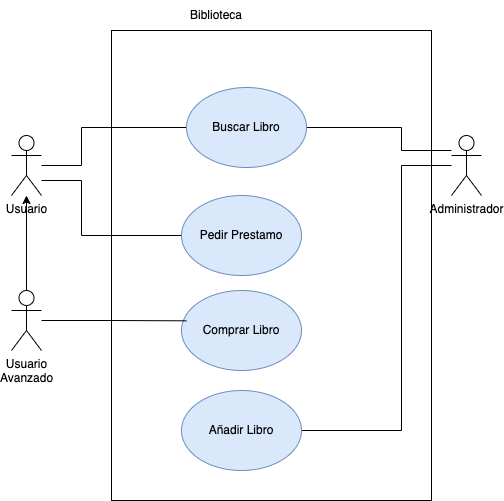
The draw.io diagram img/biblioteca.png in jpexposito/libro, before a commit. Source tidied: cells renumbered, new cells last; positions are measured from the earlier drawing's top-left corner, leaving out a move shared by most shapes.
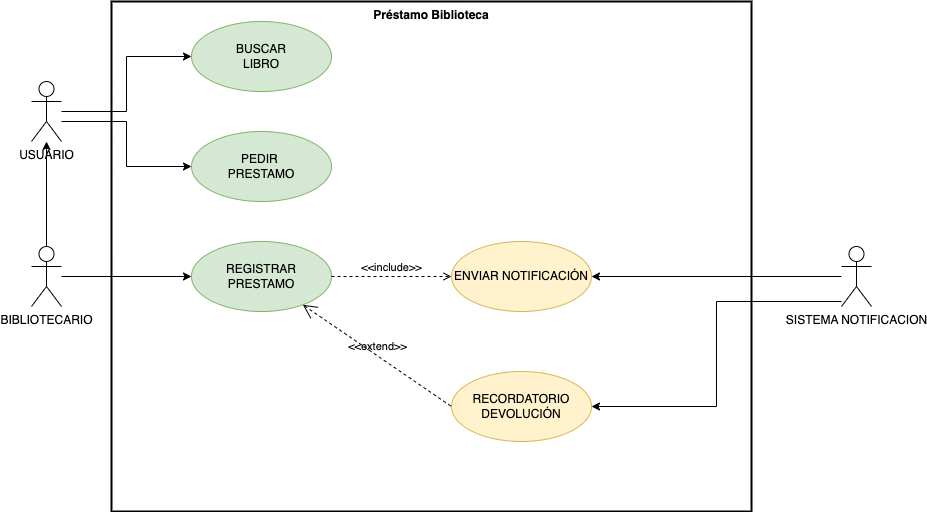
The same file after the commit.

Commit message:
Se sobreescribe el fichero

The edit, as a diff of the source:
```diff
@@ -2,73 +2,66 @@
   <root>
     <mxCell id="0" />
     <mxCell id="1" parent="0" />
-    <mxCell id="2" style="rounded=0;whiteSpace=wrap;html=1;" parent="1" vertex="1">
-      <mxGeometry x="100" y="30" width="320" height="470" as="geometry" />
-    </mxCell>
-    <mxCell id="3" style="edgeStyle=orthogonalEdgeStyle;rounded=0;jettySize=auto;html=1;endArrow=none;endFill=0;" parent="1" edge="1" source="5" target="10">
-      <mxGeometry relative="1" as="geometry">
-        <Array as="points">
-          <mxPoint x="70" y="165" />
-          <mxPoint x="70" y="127" />
-        </Array>
-      </mxGeometry>
-    </mxCell>
-    <mxCell id="4" style="edgeStyle=orthogonalEdgeStyle;rounded=0;jettySize=auto;html=1;endArrow=none;endFill=0;" parent="1" edge="1" source="5" target="11">
-      <mxGeometry relative="1" as="geometry">
-        <Array as="points">
-          <mxPoint x="70" y="180" />
-          <mxPoint x="70" y="235" />
-        </Array>
-      </mxGeometry>
-    </mxCell>
-    <mxCell id="5" value="Usuario" style="shape=umlActor;verticalLabelPosition=bottom;verticalAlign=top;html=1;outlineConnect=0;" parent="1" vertex="1">
-      <mxGeometry y="135" width="30" height="60" as="geometry" />
-    </mxCell>
-    <mxCell id="6" style="edgeStyle=orthogonalEdgeStyle;rounded=0;jettySize=auto;html=1;endArrow=none;endFill=0;" parent="1" edge="1" source="7" target="10">
-      <mxGeometry relative="1" as="geometry">
-        <Array as="points">
-          <mxPoint x="390" y="150" />
-          <mxPoint x="390" y="127" />
-        </Array>
-      </mxGeometry>
-    </mxCell>
-    <mxCell id="7" value="Administrador" style="shape=umlActor;verticalLabelPosition=bottom;verticalAlign=top;html=1;outlineConnect=0;" parent="1" vertex="1">
-      <mxGeometry x="440" y="135" width="30" height="60" as="geometry" />
-    </mxCell>
-    <mxCell id="8" style="group;" parent="1" vertex="1">
-      <mxGeometry x="120" width="260" height="320" as="geometry" />
-    </mxCell>
-    <mxCell id="9" value="Biblioteca" style="text;html=1;align=center;verticalAlign=middle;whiteSpace=wrap;rounded=0;" parent="8" vertex="1">
-      <mxGeometry x="55" width="60" height="30" as="geometry" />
-    </mxCell>
-    <mxCell id="10" value="Buscar Libro" style="ellipse;whiteSpace=wrap;html=1;fillColor=#dae8fc;strokeColor=#6c8ebf;" parent="8" vertex="1">
-      <mxGeometry x="55" y="87" width="120" height="80" as="geometry" />
-    </mxCell>
-    <mxCell id="11" value="Pedir Prestamo" style="ellipse;whiteSpace=wrap;html=1;fillColor=#dae8fc;strokeColor=#6c8ebf;" parent="1" vertex="1">
-      <mxGeometry x="170" y="195" width="120" height="80" as="geometry" />
-    </mxCell>
-    <mxCell id="12" value="Comprar Libro" style="ellipse;whiteSpace=wrap;html=1;fillColor=#dae8fc;strokeColor=#6c8ebf;" parent="1" vertex="1">
-      <mxGeometry x="170" y="290" width="120" height="80" as="geometry" />
-    </mxCell>
-    <mxCell id="13" style="edgeStyle=orthogonalEdgeStyle;rounded=0;jettySize=auto;html=1;endArrow=none;endFill=0;" parent="1" edge="1" source="7" target="14">
-      <mxGeometry relative="1" as="geometry">
-        <Array as="points">
-          <mxPoint x="390" y="165" />
-          <mxPoint x="390" y="430" />
-        </Array>
-      </mxGeometry>
-    </mxCell>
-    <mxCell id="14" value="Añadir Libro" style="ellipse;whiteSpace=wrap;html=1;fillColor=#dae8fc;strokeColor=#6c8ebf;" parent="1" vertex="1">
-      <mxGeometry x="170" y="390" width="120" height="80" as="geometry" />
-    </mxCell>
-    <mxCell id="15" style="edgeStyle=orthogonalEdgeStyle;rounded=0;jettySize=auto;html=1;" parent="1" edge="1" source="16" target="5">
-      <mxGeometry relative="1" as="geometry" />
-    </mxCell>
-    <mxCell id="16" value="Usuario&lt;div&gt;Avanzado&lt;/div&gt;" style="shape=umlActor;verticalLabelPosition=bottom;verticalAlign=top;html=1;outlineConnect=0;" parent="1" vertex="1">
-      <mxGeometry y="290" width="30" height="60" as="geometry" />
-    </mxCell>
-    <mxCell id="17" style="edgeStyle=orthogonalEdgeStyle;rounded=0;jettySize=auto;html=1;entryX=0.04;entryY=0.379;entryDx=0;entryDy=0;entryPerimeter=0;endArrow=none;endFill=0;" parent="1" edge="1" source="16" target="12">
-      <mxGeometry relative="1" as="geometry" />
-    </mxCell>
+    <mxCell id="18" value="Préstamo Biblioteca" style="shape=rect;html=1;verticalAlign=top;fontStyle=1;whiteSpace=wrap;align=center;fillColor=none;strokeWidth=2;" parent="1" vertex="1">
+      <mxGeometry x="50" y="-350" width="640" height="510" as="geometry" />
+    </mxCell>
+    <mxCell id="19" style="edgeStyle=orthogonalEdgeStyle;rounded=0;jettySize=auto;html=1;entryX=0;entryY=0.5;entryDx=0;entryDy=0;" parent="1" edge="1" source="21" target="22">
+      <mxGeometry relative="1" as="geometry" />
+    </mxCell>
+    <mxCell id="20" style="edgeStyle=orthogonalEdgeStyle;rounded=0;jettySize=auto;html=1;entryX=0;entryY=0.5;entryDx=0;entryDy=0;" parent="1" edge="1" source="21" target="25">
+      <mxGeometry relative="1" as="geometry">
+        <Array as="points">
+          <mxPoint x="65" y="-230" />
+          <mxPoint x="65" y="-185" />
+        </Array>
+      </mxGeometry>
+    </mxCell>
+    <mxCell id="21" value="USUARIO" style="shape=umlActor;html=1;verticalLabelPosition=bottom;verticalAlign=top;align=center;" parent="1" vertex="1">
+      <mxGeometry x="-30" y="-270" width="30" height="60" as="geometry" />
+    </mxCell>
+    <mxCell id="22" value="BUSCAR&lt;div&gt;LIBRO&lt;/div&gt;" style="ellipse;whiteSpace=wrap;html=1;fillColor=#d5e8d4;strokeColor=#82b366;" parent="1" vertex="1">
+      <mxGeometry x="130" y="-330" width="140" height="70" as="geometry" />
+    </mxCell>
+    <mxCell id="23" style="edgeStyle=orthogonalEdgeStyle;rounded=0;jettySize=auto;html=1;entryX=1;entryY=0.5;entryDx=0;entryDy=0;" parent="1" edge="1" source="24" target="27">
+      <mxGeometry relative="1" as="geometry" />
+    </mxCell>
+    <mxCell id="24" value="SISTEMA NOTIFICACION" style="shape=umlActor;html=1;verticalLabelPosition=bottom;verticalAlign=top;align=center;" parent="1" vertex="1">
+      <mxGeometry x="780" y="-105" width="30" height="60" as="geometry" />
+    </mxCell>
+    <mxCell id="25" value="PEDIR&amp;nbsp;&lt;div&gt;PRESTAMO&lt;/div&gt;" style="ellipse;whiteSpace=wrap;html=1;fillColor=#d5e8d4;strokeColor=#82b366;" parent="1" vertex="1">
+      <mxGeometry x="130" y="-220" width="140" height="70" as="geometry" />
+    </mxCell>
+    <mxCell id="26" value="REGISTRAR PRESTAMO" style="ellipse;whiteSpace=wrap;html=1;fillColor=#d5e8d4;strokeColor=#82b366;" parent="1" vertex="1">
+      <mxGeometry x="130" y="-110" width="140" height="70" as="geometry" />
+    </mxCell>
+    <mxCell id="27" value="ENVIAR NOTIFICACIÓN" style="ellipse;whiteSpace=wrap;html=1;fillColor=#fff2cc;strokeColor=#d6b656;" parent="1" vertex="1">
+      <mxGeometry x="390" y="-110" width="140" height="70" as="geometry" />
+    </mxCell>
+    <mxCell id="28" value="RECORDATORIO DEVOLUCIÓN" style="ellipse;whiteSpace=wrap;html=1;fillColor=#fff2cc;strokeColor=#d6b656;" parent="1" vertex="1">
+      <mxGeometry x="390" y="20" width="140" height="70" as="geometry" />
+    </mxCell>
+    <mxCell id="29" style="edgeStyle=orthogonalEdgeStyle;rounded=0;jettySize=auto;html=1;entryX=0;entryY=0.5;entryDx=0;entryDy=0;" parent="1" edge="1" source="31" target="26">
+      <mxGeometry relative="1" as="geometry" />
+    </mxCell>
+    <mxCell id="30" style="edgeStyle=orthogonalEdgeStyle;rounded=0;jettySize=auto;html=1;" parent="1" edge="1" source="31" target="21">
+      <mxGeometry relative="1" as="geometry" />
+    </mxCell>
+    <mxCell id="31" value="BIBLIOTECARIO" style="shape=umlActor;html=1;verticalLabelPosition=bottom;verticalAlign=top;align=center;" parent="1" vertex="1">
+      <mxGeometry x="-30" y="-105" width="30" height="60" as="geometry" />
+    </mxCell>
+    <mxCell id="32" value="&amp;lt;&amp;lt;include&amp;gt;&amp;gt;" style="edgeStyle=none;html=1;endArrow=open;verticalAlign=bottom;dashed=1;labelBackgroundColor=none;rounded=0;exitX=1;exitY=0.5;exitDx=0;exitDy=0;entryX=0;entryY=0.5;entryDx=0;entryDy=0;" parent="1" edge="1" source="26" target="27">
+      <mxGeometry relative="1" as="geometry" />
+    </mxCell>
+    <mxCell id="33" style="edgeStyle=orthogonalEdgeStyle;rounded=0;jettySize=auto;html=1;entryX=1;entryY=0.5;entryDx=0;entryDy=0;" parent="1" edge="1" source="24" target="28">
+      <mxGeometry relative="1" as="geometry">
+        <Array as="points">
+          <mxPoint x="655" y="-50" />
+          <mxPoint x="655" y="55" />
+        </Array>
+      </mxGeometry>
+    </mxCell>
+    <mxCell id="34" value="&amp;lt;&amp;lt;extend&amp;gt;&amp;gt;" style="edgeStyle=none;html=1;startArrow=open;endArrow=none;startSize=12;verticalAlign=bottom;dashed=1;labelBackgroundColor=none;rounded=0;entryX=0;entryY=0.5;entryDx=0;entryDy=0;" parent="1" edge="1" source="26" target="28">
+      <mxGeometry relative="1" as="geometry" />
+    </mxCell>
   </root>
 </mxGraphModel>
```
